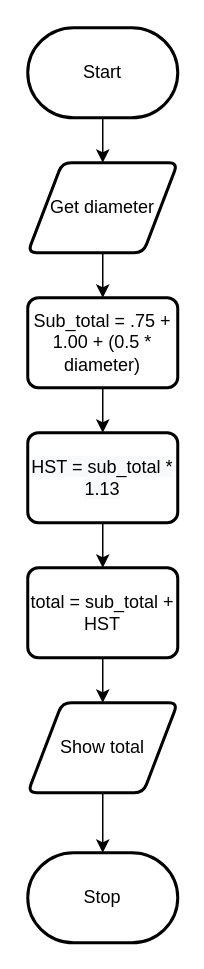
Peter-Gemmell/ICS3U-Assignment-6-Python keeps this draw.io diagram as Draw.io/Flowchart.drawio. Above is the earlier version. Source tidied: cells renumbered, new cells numbered last; positions are measured from the earlier drawing's top-left corner, leaving out a move shared by most shapes. Both pictures are drawn from the tidied source at 150%, with x=0, y=0 at pixel (27, 27).
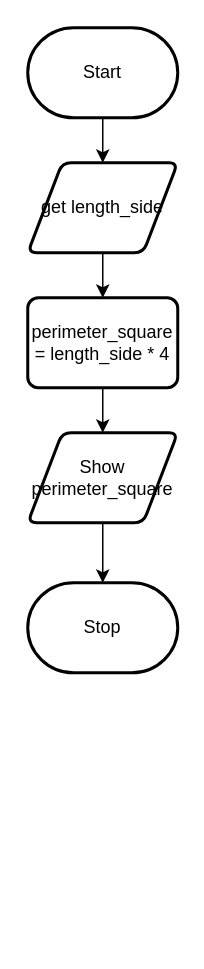
The same page after the edit.

What changed in the source:
```diff
@@
 <mxGraphModel>
   <root>
     <mxCell id="0" />
     <mxCell id="1" parent="0" />
     <mxCell id="2" style="edgeStyle=none;html=1;" parent="1" edge="1" source="3" target="5">
       <mxGeometry relative="1" as="geometry" />
     </mxCell>
     <mxCell id="3" value="Start" style="strokeWidth=2;html=1;shape=mxgraph.flowchart.terminator;whiteSpace=wrap;" parent="1" vertex="1">
       <mxGeometry width="100" height="60" as="geometry" />
     </mxCell>
     <mxCell id="4" style="edgeStyle=none;html=1;" parent="1" edge="1" source="5" target="7">
       <mxGeometry relative="1" as="geometry" />
     </mxCell>
-    <mxCell id="5" value="Get diameter" style="shape=parallelogram;html=1;strokeWidth=2;perimeter=parallelogramPerimeter;whiteSpace=wrap;rounded=1;arcSize=12;size=0.23;" parent="1" vertex="1">
+    <mxCell id="5" value="get length_side" style="shape=parallelogram;html=1;strokeWidth=2;perimeter=parallelogramPerimeter;whiteSpace=wrap;rounded=1;arcSize=12;size=0.23;" parent="1" vertex="1">
       <mxGeometry y="90" width="100" height="60" as="geometry" />
     </mxCell>
-    <mxCell id="6" style="edgeStyle=none;html=1;" parent="1" edge="1" source="7" target="9">
+    <mxCell id="6" style="edgeStyle=none;html=1;entryX=0.5;entryY=0;entryDx=0;entryDy=0;" parent="1" edge="1" source="7" target="13">
       <mxGeometry relative="1" as="geometry" />
     </mxCell>
-    <mxCell id="7" value="&lt;span&gt;Sub_total = .75 + 1.00 + (0.5 * diameter)&lt;/span&gt;" style="rounded=1;whiteSpace=wrap;html=1;absoluteArcSize=1;arcSize=14;strokeWidth=2;" parent="1" vertex="1">
+    <mxCell id="7" value="perimeter_square = length_side * 4" style="rounded=1;whiteSpace=wrap;html=1;absoluteArcSize=1;arcSize=14;strokeWidth=2;" parent="1" vertex="1">
       <mxGeometry y="180" width="100" height="60" as="geometry" />
     </mxCell>
-    <mxCell id="8" style="edgeStyle=none;html=1;" parent="1" edge="1" source="9" target="11">
-      <mxGeometry relative="1" as="geometry" />
-    </mxCell>
-    <mxCell id="9" value="&#10;&#10;&lt;span style=&quot;color: rgb(0, 0, 0); font-family: helvetica; font-size: 12px; font-style: normal; font-weight: 400; letter-spacing: normal; text-align: center; text-indent: 0px; text-transform: none; word-spacing: 0px; background-color: rgb(248, 249, 250); display: inline; float: none;&quot;&gt;HST = sub_total * 1.13&lt;/span&gt;&#10;&#10;" style="rounded=1;whiteSpace=wrap;html=1;absoluteArcSize=1;arcSize=14;strokeWidth=2;" parent="1" vertex="1">
-      <mxGeometry y="270" width="100" height="60" as="geometry" />
-    </mxCell>
-    <mxCell id="10" style="edgeStyle=none;html=1;" parent="1" edge="1" source="11" target="13">
-      <mxGeometry relative="1" as="geometry" />
-    </mxCell>
-    <mxCell id="11" value="&lt;span&gt;total = sub_total + HST&lt;/span&gt;" style="rounded=1;whiteSpace=wrap;html=1;absoluteArcSize=1;arcSize=14;strokeWidth=2;" parent="1" vertex="1">
-      <mxGeometry y="360" width="100" height="60" as="geometry" />
-    </mxCell>
     <mxCell id="12" style="edgeStyle=none;html=1;" parent="1" edge="1" source="13" target="14">
       <mxGeometry relative="1" as="geometry" />
     </mxCell>
-    <mxCell id="13" value="Show total" style="shape=parallelogram;html=1;strokeWidth=2;perimeter=parallelogramPerimeter;whiteSpace=wrap;rounded=1;arcSize=12;size=0.23;" parent="1" vertex="1">
-      <mxGeometry y="450" width="100" height="60" as="geometry" />
+    <mxCell id="13" value="Show perimeter_square" style="shape=parallelogram;html=1;strokeWidth=2;perimeter=parallelogramPerimeter;whiteSpace=wrap;rounded=1;arcSize=12;size=0.23;" parent="1" vertex="1">
+      <mxGeometry y="270" width="100" height="60" as="geometry" />
     </mxCell>
     <mxCell id="14" value="Stop" style="strokeWidth=2;html=1;shape=mxgraph.flowchart.terminator;whiteSpace=wrap;" parent="1" vertex="1">
-      <mxGeometry y="550" width="100" height="60" as="geometry" />
+      <mxGeometry y="370" width="100" height="60" as="geometry" />
     </mxCell>
   </root>
 </mxGraphModel>
```
